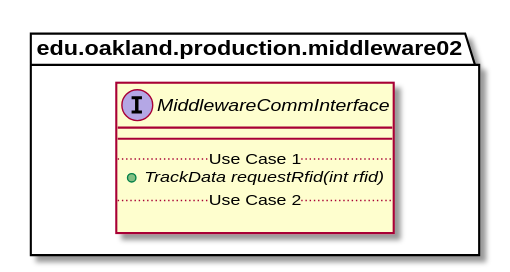
elilley15/csi-3370-software-project keeps this PlantUML diagram as docs/uml-class-diagrams/middleware02/production/MiddlewareCommInterface/MiddlewareCommInterface.svg. Above is the earlier version.
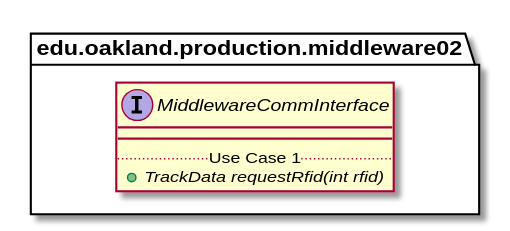
After the commit.

Change to the diagram source:
```diff
@@ -5,8 +5,6 @@
         __
         .. Use Case 1 ..
         {abstract} + TrackData requestRfid(int rfid)
-        .. Use Case 2 ..
-
     }
 }
 
```
